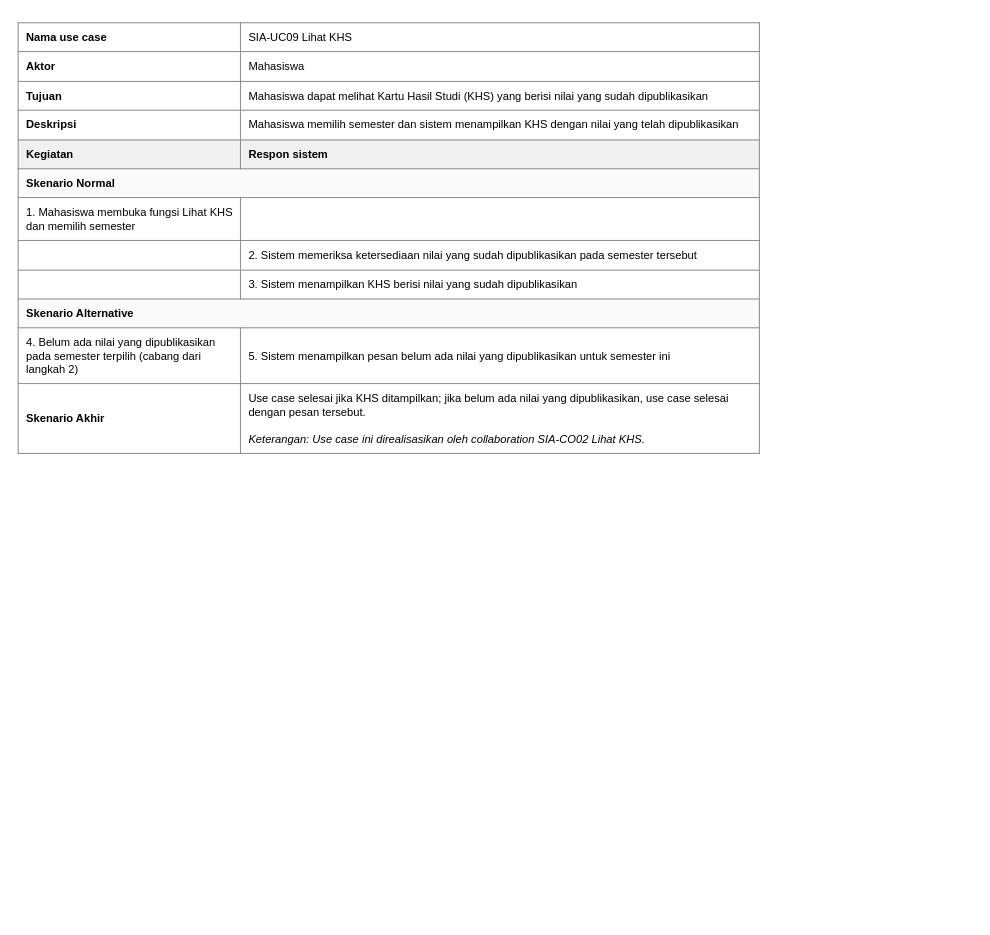
This is page "SIA-UC09" (3 of 7) of 04_Model_Analisis/P05/SIA/P05_2406072_SIA_usecase_v01.drawio from nabilmuhammadramadhan/IFRWP5149_2406072_LabAlat, a draw.io file, before an edit. Source tidied: cells renumbered, new cells numbered last; positions are measured from the earlier drawing's top-left corner, leaving out a move shared by most shapes. Both pictures are drawn from the tidied source at 93%, with x=0, y=0 at pixel (16, 16).
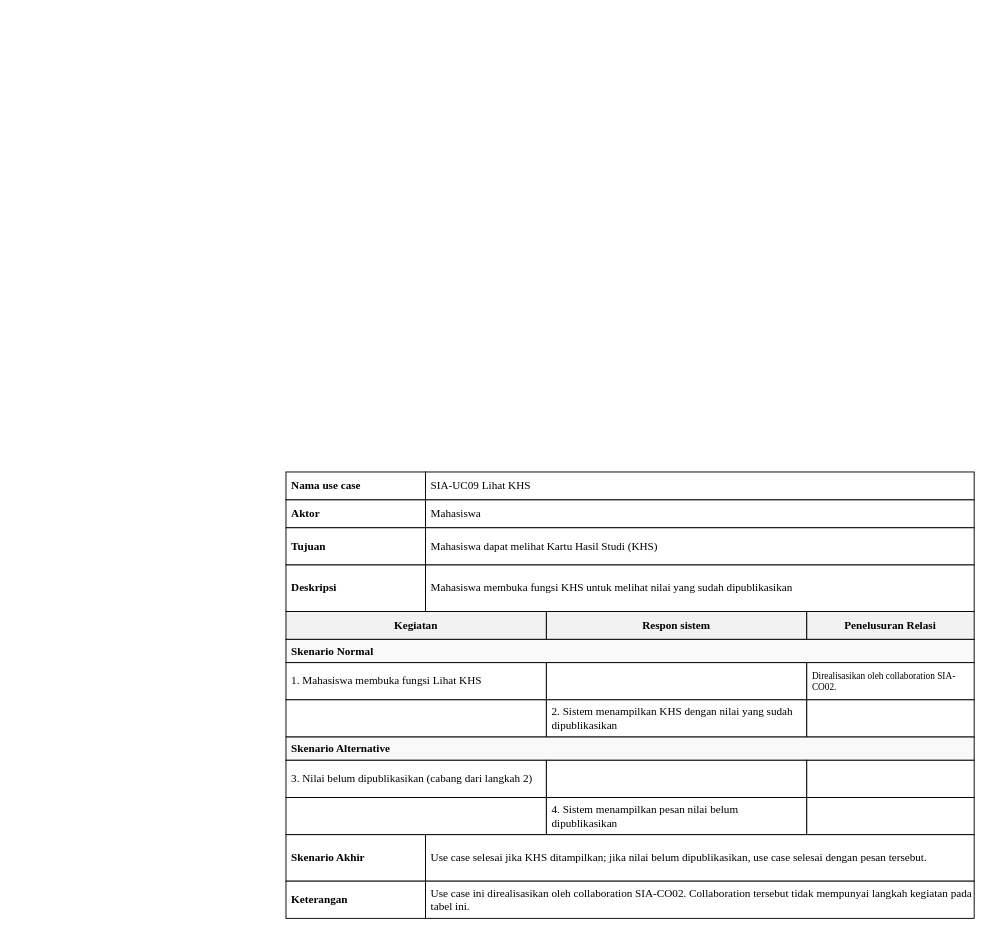
After the change.

The edit, as a diff of the source:
```diff
@@
-    <mxCell id="2" value="&lt;table border='1' cellpadding='8' cellspacing='0' style='border-collapse:collapse; width:100%; font-family:Arial, sans-serif; font-size:12px;'&gt;     &lt;tr&gt;&lt;td width='30%'&gt;&lt;b&gt;Nama use case&lt;/b&gt;&lt;/td&gt;&lt;td&gt;SIA-UC09 Lihat KHS&lt;/td&gt;&lt;/tr&gt;     &lt;tr&gt;&lt;td&gt;&lt;b&gt;Aktor&lt;/b&gt;&lt;/td&gt;&lt;td&gt;Mahasiswa&lt;/td&gt;&lt;/tr&gt;     &lt;tr&gt;&lt;td&gt;&lt;b&gt;Tujuan&lt;/b&gt;&lt;/td&gt;&lt;td&gt;Mahasiswa dapat melihat Kartu Hasil Studi (KHS) yang berisi nilai yang sudah dipublikasikan&lt;/td&gt;&lt;/tr&gt;     &lt;tr&gt;&lt;td&gt;&lt;b&gt;Deskripsi&lt;/b&gt;&lt;/td&gt;&lt;td&gt;Mahasiswa memilih semester dan sistem menampilkan KHS dengan nilai yang telah dipublikasikan&lt;/td&gt;&lt;/tr&gt;     &lt;tr style='background-color:#f0f0f0;'&gt;&lt;td&gt;&lt;b&gt;Kegiatan&lt;/b&gt;&lt;/td&gt;&lt;td&gt;&lt;b&gt;Respon sistem&lt;/b&gt;&lt;/td&gt;&lt;/tr&gt;     &lt;tr style='background-color:#fafafa;'&gt;&lt;td colspan='2'&gt;&lt;b&gt;Skenario Normal&lt;/b&gt;&lt;/td&gt;&lt;/tr&gt;     &lt;tr&gt;&lt;td&gt;1. Mahasiswa membuka fungsi Lihat KHS dan memilih semester&lt;/td&gt;&lt;td&gt;&lt;/td&gt;&lt;/tr&gt;     &lt;tr&gt;&lt;td&gt;&lt;/td&gt;&lt;td&gt;2. Sistem memeriksa ketersediaan nilai yang sudah dipublikasikan pada semester tersebut&lt;/td&gt;&lt;/tr&gt;     &lt;tr&gt;&lt;td&gt;&lt;/td&gt;&lt;td&gt;3. Sistem menampilkan KHS berisi nilai yang sudah dipublikasikan&lt;/td&gt;&lt;/tr&gt;     &lt;tr style='background-color:#fafafa;'&gt;&lt;td colspan='2'&gt;&lt;b&gt;Skenario Alternative&lt;/b&gt;&lt;/td&gt;&lt;/tr&gt;     &lt;tr&gt;&lt;td&gt;4. Belum ada nilai yang dipublikasikan pada semester terpilih (cabang dari langkah 2)&lt;/td&gt;&lt;td&gt;5. Sistem menampilkan pesan belum ada nilai yang dipublikasikan untuk semester ini&lt;/td&gt;&lt;/tr&gt;     &lt;tr&gt;&lt;td&gt;&lt;b&gt;Skenario Akhir&lt;/b&gt;&lt;/td&gt;&lt;td&gt;Use case selesai jika KHS ditampilkan; jika belum ada nilai yang dipublikasikan, use case selesai dengan pesan tersebut.&lt;br&gt;&lt;br&gt;&lt;i&gt;Keterangan: Use case ini direalisasikan oleh collaboration SIA-CO02 Lihat KHS.&lt;/i&gt;&lt;/td&gt;&lt;/tr&gt;     &lt;/table&gt;" style="text;html=1;whiteSpace=wrap;" parent="1" vertex="1">
-      <mxGeometry width="800" height="600" as="geometry" />
-    </mxCell>
+    <mxCell id="3" value="Nama use case" style="rounded=0;whiteSpace=wrap;html=1;align=left;verticalAlign=middle;spacingLeft=4;fontFamily=Times New Roman;fontSize=12;strokeColor=#000000;fillColor=#FFFFFF;fontStyle=1;" parent="1" vertex="1">
+      <mxGeometry x="290" y="490" width="150" height="30" as="geometry" />
+    </mxCell>
+    <mxCell id="4" value="SIA-UC09 Lihat KHS" style="rounded=0;whiteSpace=wrap;html=1;align=left;verticalAlign=middle;spacingLeft=4;fontFamily=Times New Roman;fontSize=12;strokeColor=#000000;fillColor=#FFFFFF;" parent="1" vertex="1">
+      <mxGeometry x="440" y="490" width="590" height="30" as="geometry" />
+    </mxCell>
+    <mxCell id="5" value="Aktor" style="rounded=0;whiteSpace=wrap;html=1;align=left;verticalAlign=middle;spacingLeft=4;fontFamily=Times New Roman;fontSize=12;strokeColor=#000000;fillColor=#FFFFFF;fontStyle=1;" parent="1" vertex="1">
+      <mxGeometry x="290" y="520" width="150" height="30" as="geometry" />
+    </mxCell>
+    <mxCell id="6" value="Mahasiswa" style="rounded=0;whiteSpace=wrap;html=1;align=left;verticalAlign=middle;spacingLeft=4;fontFamily=Times New Roman;fontSize=12;strokeColor=#000000;fillColor=#FFFFFF;" parent="1" vertex="1">
+      <mxGeometry x="440" y="520" width="590" height="30" as="geometry" />
+    </mxCell>
+    <mxCell id="7" value="Tujuan" style="rounded=0;whiteSpace=wrap;html=1;align=left;verticalAlign=middle;spacingLeft=4;fontFamily=Times New Roman;fontSize=12;strokeColor=#000000;fillColor=#FFFFFF;fontStyle=1;" parent="1" vertex="1">
+      <mxGeometry x="290" y="550" width="150" height="40" as="geometry" />
+    </mxCell>
+    <mxCell id="8" value="Mahasiswa dapat melihat Kartu Hasil Studi (KHS)" style="rounded=0;whiteSpace=wrap;html=1;align=left;verticalAlign=middle;spacingLeft=4;fontFamily=Times New Roman;fontSize=12;strokeColor=#000000;fillColor=#FFFFFF;" parent="1" vertex="1">
+      <mxGeometry x="440" y="550" width="590" height="40" as="geometry" />
+    </mxCell>
+    <mxCell id="9" value="Deskripsi" style="rounded=0;whiteSpace=wrap;html=1;align=left;verticalAlign=middle;spacingLeft=4;fontFamily=Times New Roman;fontSize=12;strokeColor=#000000;fillColor=#FFFFFF;fontStyle=1;" parent="1" vertex="1">
+      <mxGeometry x="290" y="590" width="150" height="50" as="geometry" />
+    </mxCell>
+    <mxCell id="10" value="Mahasiswa membuka fungsi KHS untuk melihat nilai yang sudah dipublikasikan" style="rounded=0;whiteSpace=wrap;html=1;align=left;verticalAlign=middle;spacingLeft=4;fontFamily=Times New Roman;fontSize=12;strokeColor=#000000;fillColor=#FFFFFF;" parent="1" vertex="1">
+      <mxGeometry x="440" y="590" width="590" height="50" as="geometry" />
+    </mxCell>
+    <mxCell id="11" value="Kegiatan" style="rounded=0;whiteSpace=wrap;html=1;align=center;verticalAlign=middle;fontFamily=Times New Roman;fontSize=12;strokeColor=#000000;fillColor=#F2F2F2;fontStyle=1;" parent="1" vertex="1">
+      <mxGeometry x="290" y="640" width="280" height="30" as="geometry" />
+    </mxCell>
+    <mxCell id="12" value="Respon sistem" style="rounded=0;whiteSpace=wrap;html=1;align=center;verticalAlign=middle;fontFamily=Times New Roman;fontSize=12;strokeColor=#000000;fillColor=#F2F2F2;fontStyle=1;" parent="1" vertex="1">
+      <mxGeometry x="570" y="640" width="280" height="30" as="geometry" />
+    </mxCell>
+    <mxCell id="13" value="Penelusuran Relasi" style="rounded=0;whiteSpace=wrap;html=1;align=center;verticalAlign=middle;fontFamily=Times New Roman;fontSize=12;strokeColor=#000000;fillColor=#F2F2F2;fontStyle=1;" parent="1" vertex="1">
+      <mxGeometry x="850" y="640" width="180" height="30" as="geometry" />
+    </mxCell>
+    <mxCell id="14" value="Skenario Normal" style="rounded=0;whiteSpace=wrap;html=1;align=left;verticalAlign=middle;spacingLeft=4;fontFamily=Times New Roman;fontSize=12;strokeColor=#000000;fillColor=#F9F9F9;fontStyle=1;" parent="1" vertex="1">
+      <mxGeometry x="290" y="670" width="740" height="25" as="geometry" />
+    </mxCell>
+    <mxCell id="15" value="1. Mahasiswa membuka fungsi Lihat KHS" style="rounded=0;whiteSpace=wrap;html=1;align=left;verticalAlign=middle;spacingLeft=4;fontFamily=Times New Roman;fontSize=12;strokeColor=#000000;fillColor=#FFFFFF;" parent="1" vertex="1">
+      <mxGeometry x="290" y="695" width="280" height="40" as="geometry" />
+    </mxCell>
+    <mxCell id="16" style="rounded=0;whiteSpace=wrap;html=1;align=left;verticalAlign=middle;spacingLeft=4;fontFamily=Times New Roman;fontSize=12;strokeColor=#000000;fillColor=#FFFFFF;" parent="1" vertex="1">
+      <mxGeometry x="570" y="695" width="280" height="40" as="geometry" />
+    </mxCell>
+    <mxCell id="17" value="Direalisasikan oleh collaboration SIA-CO02." style="rounded=0;whiteSpace=wrap;html=1;align=left;verticalAlign=middle;spacingLeft=4;fontFamily=Times New Roman;fontSize=10;strokeColor=#000000;fillColor=#FFFFFF;" parent="1" vertex="1">
+      <mxGeometry x="850" y="695" width="180" height="40" as="geometry" />
+    </mxCell>
+    <mxCell id="18" style="rounded=0;whiteSpace=wrap;html=1;align=left;verticalAlign=middle;spacingLeft=4;fontFamily=Times New Roman;fontSize=12;strokeColor=#000000;fillColor=#FFFFFF;" parent="1" vertex="1">
+      <mxGeometry x="290" y="735" width="280" height="40" as="geometry" />
+    </mxCell>
+    <mxCell id="19" value="2. Sistem menampilkan KHS dengan nilai yang sudah dipublikasikan" style="rounded=0;whiteSpace=wrap;html=1;align=left;verticalAlign=middle;spacingLeft=4;fontFamily=Times New Roman;fontSize=12;strokeColor=#000000;fillColor=#FFFFFF;" parent="1" vertex="1">
+      <mxGeometry x="570" y="735" width="280" height="40" as="geometry" />
+    </mxCell>
+    <mxCell id="20" style="rounded=0;whiteSpace=wrap;html=1;align=left;verticalAlign=middle;spacingLeft=4;fontFamily=Times New Roman;fontSize=10;strokeColor=#000000;fillColor=#FFFFFF;" parent="1" vertex="1">
+      <mxGeometry x="850" y="735" width="180" height="40" as="geometry" />
+    </mxCell>
+    <mxCell id="21" value="Skenario Alternative" style="rounded=0;whiteSpace=wrap;html=1;align=left;verticalAlign=middle;spacingLeft=4;fontFamily=Times New Roman;fontSize=12;strokeColor=#000000;fillColor=#F9F9F9;fontStyle=1;" parent="1" vertex="1">
+      <mxGeometry x="290" y="775" width="740" height="25" as="geometry" />
+    </mxCell>
+    <mxCell id="22" value="3. Nilai belum dipublikasikan (cabang dari langkah 2)" style="rounded=0;whiteSpace=wrap;html=1;align=left;verticalAlign=middle;spacingLeft=4;fontFamily=Times New Roman;fontSize=12;strokeColor=#000000;fillColor=#FFFFFF;" parent="1" vertex="1">
+      <mxGeometry x="290" y="800" width="280" height="40" as="geometry" />
+    </mxCell>
+    <mxCell id="23" style="rounded=0;whiteSpace=wrap;html=1;align=left;verticalAlign=middle;spacingLeft=4;fontFamily=Times New Roman;fontSize=12;strokeColor=#000000;fillColor=#FFFFFF;" parent="1" vertex="1">
+      <mxGeometry x="570" y="800" width="280" height="40" as="geometry" />
+    </mxCell>
+    <mxCell id="24" style="rounded=0;whiteSpace=wrap;html=1;align=left;verticalAlign=middle;spacingLeft=4;fontFamily=Times New Roman;fontSize=10;strokeColor=#000000;fillColor=#FFFFFF;" parent="1" vertex="1">
+      <mxGeometry x="850" y="800" width="180" height="40" as="geometry" />
+    </mxCell>
+    <mxCell id="25" style="rounded=0;whiteSpace=wrap;html=1;align=left;verticalAlign=middle;spacingLeft=4;fontFamily=Times New Roman;fontSize=12;strokeColor=#000000;fillColor=#FFFFFF;" parent="1" vertex="1">
+      <mxGeometry x="290" y="840" width="280" height="40" as="geometry" />
+    </mxCell>
+    <mxCell id="26" value="4. Sistem menampilkan pesan nilai belum dipublikasikan" style="rounded=0;whiteSpace=wrap;html=1;align=left;verticalAlign=middle;spacingLeft=4;fontFamily=Times New Roman;fontSize=12;strokeColor=#000000;fillColor=#FFFFFF;" parent="1" vertex="1">
+      <mxGeometry x="570" y="840" width="280" height="40" as="geometry" />
+    </mxCell>
+    <mxCell id="27" style="rounded=0;whiteSpace=wrap;html=1;align=left;verticalAlign=middle;spacingLeft=4;fontFamily=Times New Roman;fontSize=10;strokeColor=#000000;fillColor=#FFFFFF;" parent="1" vertex="1">
+      <mxGeometry x="850" y="840" width="180" height="40" as="geometry" />
+    </mxCell>
+    <mxCell id="28" value="Skenario Akhir" style="rounded=0;whiteSpace=wrap;html=1;align=left;verticalAlign=middle;spacingLeft=4;fontFamily=Times New Roman;fontSize=12;strokeColor=#000000;fillColor=#FFFFFF;fontStyle=1;" parent="1" vertex="1">
+      <mxGeometry x="290" y="880" width="150" height="50" as="geometry" />
+    </mxCell>
+    <mxCell id="29" value="Use case selesai jika KHS ditampilkan; jika nilai belum dipublikasikan, use case selesai dengan pesan tersebut." style="rounded=0;whiteSpace=wrap;html=1;align=left;verticalAlign=middle;spacingLeft=4;fontFamily=Times New Roman;fontSize=12;strokeColor=#000000;fillColor=#FFFFFF;" parent="1" vertex="1">
+      <mxGeometry x="440" y="880" width="590" height="50" as="geometry" />
+    </mxCell>
+    <mxCell id="30" value="Keterangan" style="rounded=0;whiteSpace=wrap;html=1;align=left;verticalAlign=middle;spacingLeft=4;fontFamily=Times New Roman;fontSize=12;strokeColor=#000000;fillColor=#FFFFFF;fontStyle=1;" parent="1" vertex="1">
+      <mxGeometry x="290" y="930" width="150" height="40" as="geometry" />
+    </mxCell>
+    <mxCell id="31" value="Use case ini direalisasikan oleh collaboration SIA-CO02. Collaboration tersebut tidak mempunyai langkah kegiatan pada tabel ini." style="rounded=0;whiteSpace=wrap;html=1;align=left;verticalAlign=middle;spacingLeft=4;fontFamily=Times New Roman;fontSize=12;strokeColor=#000000;fillColor=#FFFFFF;" parent="1" vertex="1">
+      <mxGeometry x="440" y="930" width="590" height="40" as="geometry" />
+    </mxCell>
```
